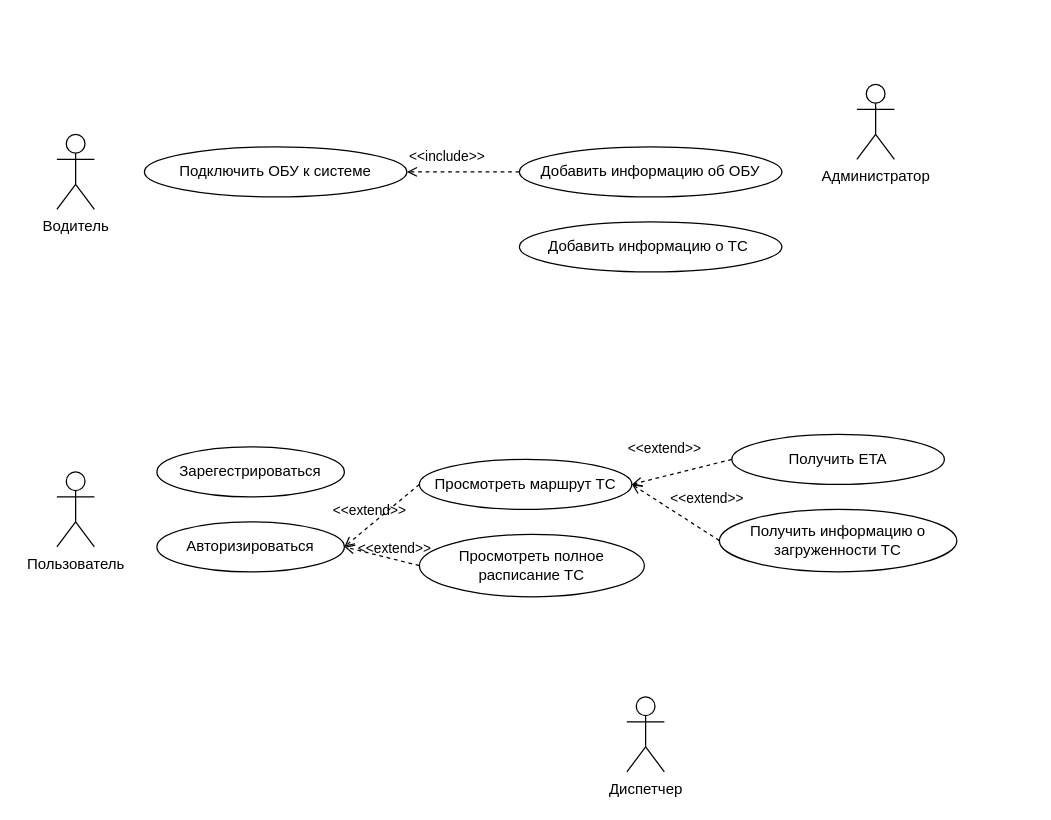
This is UseCase транспорт.drawio from Andeco1/DrawIo, a draw.io file, before an edit. Source tidied: cells renumbered, new cells numbered last; positions are measured from the earlier drawing's top-left corner, leaving out a move shared by most shapes. Both pictures are drawn from the tidied source at 125%, with x=0, y=0 at pixel (56, 84).
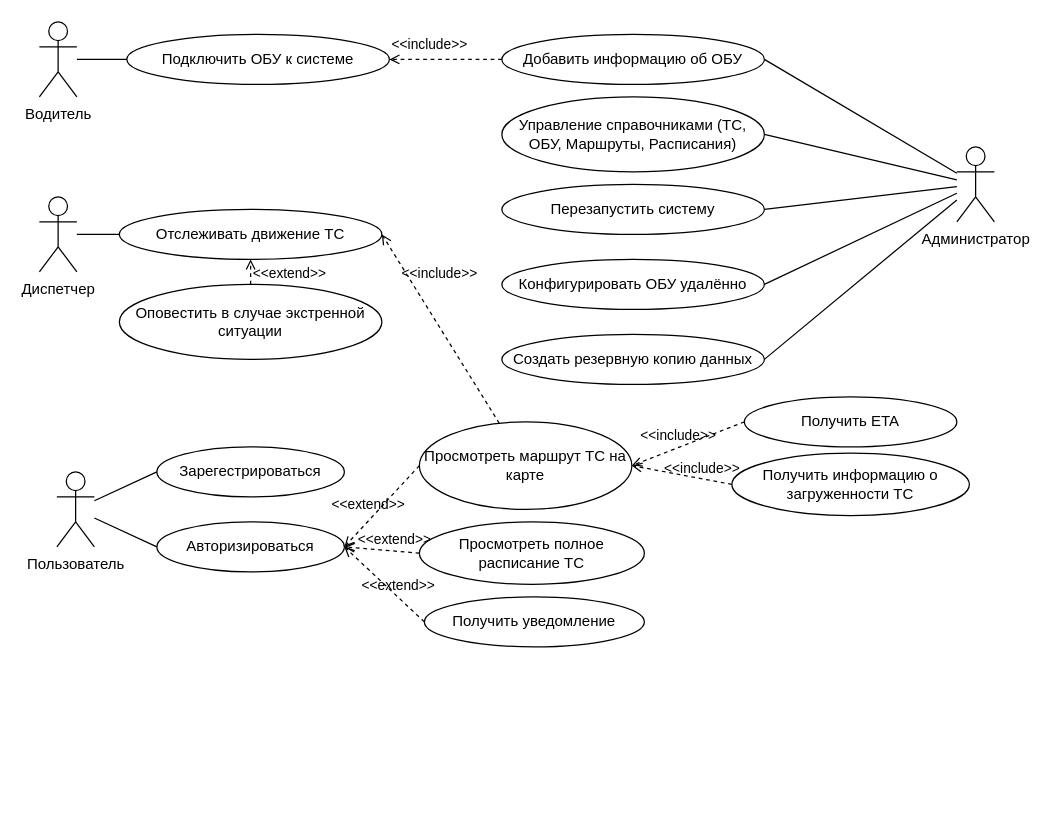
Above is the later version.

Unchanged cells that the change refers to:
```xml
<mxCell id="2" value="Пользователь" style="shape=umlActor;verticalLabelPosition=bottom;verticalAlign=top;html=1;outlineConnect=0;" parent="1" vertex="1">
  <mxGeometry y="310" width="30" height="60" as="geometry" />
</mxCell>
<mxCell id="7" value="Зарегестрироваться" style="ellipse;whiteSpace=wrap;html=1;" parent="1" vertex="1">
  <mxGeometry x="80" y="290" width="150" height="40" as="geometry" />
</mxCell>
<mxCell id="8" value="Авторизироваться" style="ellipse;whiteSpace=wrap;html=1;" parent="1" vertex="1">
  <mxGeometry x="80" y="350" width="150" height="40" as="geometry" />
</mxCell>
```

Change to the diagram source:
```diff
@@
     <mxCell id="3" value="Администратор" style="shape=umlActor;verticalLabelPosition=bottom;verticalAlign=top;html=1;outlineConnect=0;" parent="1" vertex="1">
-      <mxGeometry x="640" width="30" height="60" as="geometry" />
+      <mxGeometry x="720" y="50" width="30" height="60" as="geometry" />
     </mxCell>
     <mxCell id="4" value="Диспетчер" style="shape=umlActor;verticalLabelPosition=bottom;verticalAlign=top;html=1;outlineConnect=0;" parent="1" vertex="1">
-      <mxGeometry x="456" y="490" width="30" height="60" as="geometry" />
+      <mxGeometry x="-14" y="90" width="30" height="60" as="geometry" />
     </mxCell>
     <mxCell id="5" value="Водитель" style="shape=umlActor;verticalLabelPosition=bottom;verticalAlign=top;html=1;outlineConnect=0;" parent="1" vertex="1">
-      <mxGeometry y="40" width="30" height="60" as="geometry" />
+      <mxGeometry x="-14" y="-50" width="30" height="60" as="geometry" />
     </mxCell>
     <mxCell id="6" value="Подключить ОБУ к системе" style="ellipse;whiteSpace=wrap;html=1;" parent="1" vertex="1">
-      <mxGeometry x="70" y="50" width="210" height="40" as="geometry" />
+      <mxGeometry x="56" y="-40" width="210" height="40" as="geometry" />
     </mxCell>
@@
-    <mxCell id="9" value="Просмотреть маршрут ТС" style="ellipse;whiteSpace=wrap;html=1;" parent="1" vertex="1">
-      <mxGeometry x="290" y="300" width="170" height="40" as="geometry" />
+    <mxCell id="9" value="Просмотреть маршрут ТС на карте" style="ellipse;whiteSpace=wrap;html=1;" parent="1" vertex="1">
+      <mxGeometry x="290" y="270" width="170" height="70" as="geometry" />
     </mxCell>
     <mxCell id="10" value="Получить ETA" style="ellipse;whiteSpace=wrap;html=1;" parent="1" vertex="1">
-      <mxGeometry x="540" y="280" width="170" height="40" as="geometry" />
+      <mxGeometry x="550" y="250" width="170" height="40" as="geometry" />
     </mxCell>
     <mxCell id="11" value="Получить информацию о загруженности ТС" style="ellipse;whiteSpace=wrap;html=1;" parent="1" vertex="1">
-      <mxGeometry x="530" y="340" width="190" height="50" as="geometry" />
+      <mxGeometry x="540" y="295" width="190" height="50" as="geometry" />
     </mxCell>
     <mxCell id="12" value="Просмотреть полное расписание ТС" style="ellipse;whiteSpace=wrap;html=1;" parent="1" vertex="1">
-      <mxGeometry x="290" y="360" width="180" height="50" as="geometry" />
+      <mxGeometry x="290" y="350" width="180" height="50" as="geometry" />
     </mxCell>
@@
-    <mxCell id="17" value="&amp;lt;&amp;lt;extend&amp;gt;&amp;gt;" style="endArrow=open;html=1;rounded=0;align=center;verticalAlign=bottom;dashed=1;endFill=0;labelBackgroundColor=none;exitX=0;exitY=0.5;exitDx=0;exitDy=0;entryX=1;entryY=0.5;entryDx=0;entryDy=0;" parent="1" edge="1" source="10" target="9">
-      <mxGeometry x="0.26" y="-13" relative="1" as="geometry" />
+    <mxCell id="17" value="&amp;lt;&amp;lt;include&amp;gt;&amp;gt;" style="endArrow=open;html=1;rounded=0;align=center;verticalAlign=bottom;dashed=1;endFill=0;labelBackgroundColor=none;exitX=0;exitY=0.5;exitDx=0;exitDy=0;entryX=1;entryY=0.5;entryDx=0;entryDy=0;" parent="1" edge="1" source="10" target="9">
+      <mxGeometry x="0.19" y="-1" relative="1" as="geometry" />
     </mxCell>
@@
-    <mxCell id="19" value="&amp;lt;&amp;lt;extend&amp;gt;&amp;gt;" style="endArrow=open;html=1;rounded=0;align=center;verticalAlign=bottom;dashed=1;endFill=0;labelBackgroundColor=none;exitX=0;exitY=0.5;exitDx=0;exitDy=0;entryX=1;entryY=0.5;entryDx=0;entryDy=0;" parent="1" edge="1" source="11" target="9">
-      <mxGeometry x="-0.47" y="-16" relative="1" as="geometry" />
+    <mxCell id="19" value="&amp;lt;&amp;lt;include&amp;gt;&amp;gt;" style="endArrow=open;html=1;rounded=0;align=center;verticalAlign=bottom;dashed=1;endFill=0;labelBackgroundColor=none;exitX=0;exitY=0.5;exitDx=0;exitDy=0;entryX=1;entryY=0.5;entryDx=0;entryDy=0;" parent="1" edge="1" source="11" target="9">
+      <mxGeometry x="-0.4" relative="1" as="geometry" />
     </mxCell>
@@
     <mxCell id="21" value="Добавить информацию об ОБУ" style="ellipse;whiteSpace=wrap;html=1;" parent="1" vertex="1">
-      <mxGeometry x="370" y="50" width="210" height="40" as="geometry" />
+      <mxGeometry x="356" y="-40" width="210" height="40" as="geometry" />
     </mxCell>
@@
-    <mxCell id="24" value="Добавить информацию о ТС&amp;nbsp;" style="ellipse;whiteSpace=wrap;html=1;" parent="1" vertex="1">
-      <mxGeometry x="370" y="110" width="210" height="40" as="geometry" />
+    <mxCell id="24" value="Управление справочниками (ТС, ОБУ, Маршруты, Расписания)" style="ellipse;whiteSpace=wrap;html=1;" parent="1" vertex="1">
+      <mxGeometry x="356" y="10" width="210" height="60" as="geometry" />
     </mxCell>
+    <mxCell id="25" value="Перезапустить систему" style="ellipse;whiteSpace=wrap;html=1;" parent="1" vertex="1">
+      <mxGeometry x="356" y="80" width="210" height="40" as="geometry" />
+    </mxCell>
+    <mxCell id="26" value="Конфигурировать ОБУ удалённо" style="ellipse;whiteSpace=wrap;html=1;" parent="1" vertex="1">
+      <mxGeometry x="356" y="140" width="210" height="40" as="geometry" />
+    </mxCell>
+    <mxCell id="27" value="Создать резервную копию данных" style="ellipse;whiteSpace=wrap;html=1;" parent="1" vertex="1">
+      <mxGeometry x="356" y="200" width="210" height="40" as="geometry" />
+    </mxCell>
+    <mxCell id="28" style="endArrow=none;html=1;rounded=0;exitX=1;exitY=0.5;exitDx=0;exitDy=0;" parent="1" edge="1" source="21" target="3">
+      <mxGeometry relative="1" as="geometry" />
+    </mxCell>
+    <mxCell id="29" style="endArrow=none;html=1;rounded=0;exitX=1;exitY=0.5;exitDx=0;exitDy=0;" parent="1" edge="1" source="24" target="3">
+      <mxGeometry relative="1" as="geometry" />
+    </mxCell>
+    <mxCell id="30" style="endArrow=none;html=1;rounded=0;exitX=1;exitY=0.5;exitDx=0;exitDy=0;" parent="1" edge="1" source="25" target="3">
+      <mxGeometry relative="1" as="geometry" />
+    </mxCell>
+    <mxCell id="31" style="endArrow=none;html=1;rounded=0;exitX=1;exitY=0.5;exitDx=0;exitDy=0;" parent="1" edge="1" source="26" target="3">
+      <mxGeometry relative="1" as="geometry" />
+    </mxCell>
+    <mxCell id="32" style="endArrow=none;html=1;rounded=0;exitX=1;exitY=0.5;exitDx=0;exitDy=0;" parent="1" edge="1" source="27" target="3">
+      <mxGeometry relative="1" as="geometry" />
+    </mxCell>
+    <mxCell id="33" style="endArrow=none;html=1;rounded=0;exitX=0;exitY=0.5;exitDx=0;exitDy=0;" parent="1" edge="1" source="6" target="5">
+      <mxGeometry relative="1" as="geometry" />
+    </mxCell>
+    <mxCell id="34" style="endArrow=none;html=1;rounded=0;exitX=0;exitY=0.5;exitDx=0;exitDy=0;" parent="1" edge="1" source="7" target="2">
+      <mxGeometry relative="1" as="geometry" />
+    </mxCell>
+    <mxCell id="35" style="endArrow=none;html=1;rounded=0;exitX=0;exitY=0.5;exitDx=0;exitDy=0;" parent="1" edge="1" source="8" target="2">
+      <mxGeometry relative="1" as="geometry" />
+    </mxCell>
+    <mxCell id="36" value="Отслеживать движение ТС" style="ellipse;whiteSpace=wrap;html=1;" parent="1" vertex="1">
+      <mxGeometry x="50" y="100" width="210" height="40" as="geometry" />
+    </mxCell>
+    <mxCell id="37" value="&amp;lt;&amp;lt;include&amp;gt;&amp;gt;" style="endArrow=open;html=1;rounded=0;align=center;verticalAlign=bottom;dashed=1;endFill=0;labelBackgroundColor=none;entryX=1;entryY=0.5;entryDx=0;entryDy=0;" parent="1" edge="1" source="9" target="36">
+      <mxGeometry x="0.35" y="-18" relative="1" as="geometry" />
+    </mxCell>
+    <mxCell id="38" style="html=1;align=center;verticalAlign=top;labelBackgroundColor=none;" parent="37" vertex="1">
+      <mxGeometry relative="1" as="geometry" />
+    </mxCell>
+    <mxCell id="39" value="Оповестить в случае экстренной ситуации" style="ellipse;whiteSpace=wrap;html=1;" parent="1" vertex="1">
+      <mxGeometry x="50" y="160" width="210" height="60" as="geometry" />
+    </mxCell>
+    <mxCell id="40" value="&amp;lt;&amp;lt;extend&amp;gt;&amp;gt;" style="endArrow=open;html=1;rounded=0;align=center;verticalAlign=bottom;dashed=1;endFill=0;labelBackgroundColor=none;entryX=0.5;entryY=1;entryDx=0;entryDy=0;" parent="1" edge="1" source="39" target="36">
+      <mxGeometry x="-1" y="-31" relative="1" as="geometry" />
+    </mxCell>
+    <mxCell id="41" style="html=1;align=center;verticalAlign=top;labelBackgroundColor=none;" parent="40" vertex="1">
+      <mxGeometry relative="1" as="geometry" />
+    </mxCell>
+    <mxCell id="42" style="endArrow=none;html=1;rounded=0;exitX=0;exitY=0.5;exitDx=0;exitDy=0;" parent="1" edge="1" source="36" target="4">
+      <mxGeometry relative="1" as="geometry" />
+    </mxCell>
+    <mxCell id="43" value="Получить уведомление" style="ellipse;whiteSpace=wrap;html=1;" parent="1" vertex="1">
+      <mxGeometry x="294" y="410" width="176" height="40" as="geometry" />
+    </mxCell>
+    <mxCell id="44" value="&amp;lt;&amp;lt;extend&amp;gt;&amp;gt;" style="endArrow=open;html=1;rounded=0;align=center;verticalAlign=bottom;dashed=1;endFill=0;labelBackgroundColor=none;exitX=0;exitY=0.5;exitDx=0;exitDy=0;entryX=1;entryY=0.5;entryDx=0;entryDy=0;" parent="1" edge="1" source="43" target="8">
+      <mxGeometry x="-0.33" relative="1" as="geometry" />
+    </mxCell>
+    <mxCell id="45" style="html=1;align=center;verticalAlign=top;labelBackgroundColor=none;" parent="44" vertex="1">
+      <mxGeometry relative="1" as="geometry" />
+    </mxCell>
```
